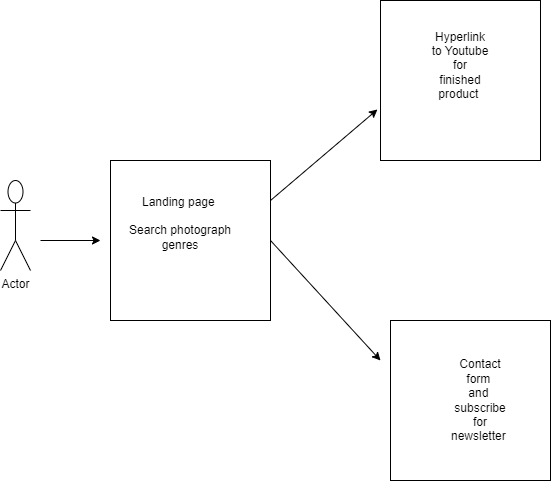
This is 201-Project-User-Flow.drawio.png from Blendshe/201-Project-Photography-website, a draw.io export, as it was before one commit. Source tidied: cells renumbered, new cells last; positions are measured from the earlier drawing's top-left corner, leaving out a move shared by most shapes.
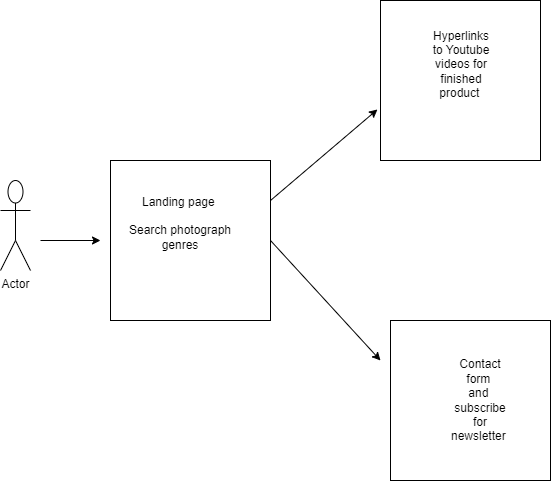
Later version of the same file.

The edit, as a diff of the source:
```diff
@@ -17,8 +17,8 @@
     <mxCell id="6" style="whiteSpace=wrap;html=1;" parent="1" vertex="1">
       <mxGeometry x="390" y="320" width="160" height="160" as="geometry" />
     </mxCell>
-    <mxCell id="7" value="Hyperlink to Youtube for finished product&amp;nbsp;" style="text;html=1;strokeColor=none;fillColor=none;align=center;verticalAlign=middle;whiteSpace=wrap;rounded=0;" parent="1" vertex="1">
-      <mxGeometry x="430" y="60" width="60" height="10" as="geometry" />
+    <mxCell id="7" value="Hyperlinks to Youtube videos for finished product&amp;nbsp;" style="text;html=1;strokeColor=none;fillColor=none;align=center;verticalAlign=middle;whiteSpace=wrap;rounded=0;" parent="1" vertex="1">
+      <mxGeometry x="431" y="59" width="60" height="10" as="geometry" />
     </mxCell>
     <mxCell id="8" value="Contact form&amp;nbsp;&lt;br&gt;and&amp;nbsp;&lt;br&gt;subscribe for newsletter&amp;nbsp;" style="text;html=1;strokeColor=none;fillColor=none;align=center;verticalAlign=middle;whiteSpace=wrap;rounded=0;" parent="1" vertex="1">
       <mxGeometry x="450" y="395" width="60" height="10" as="geometry" />
```
